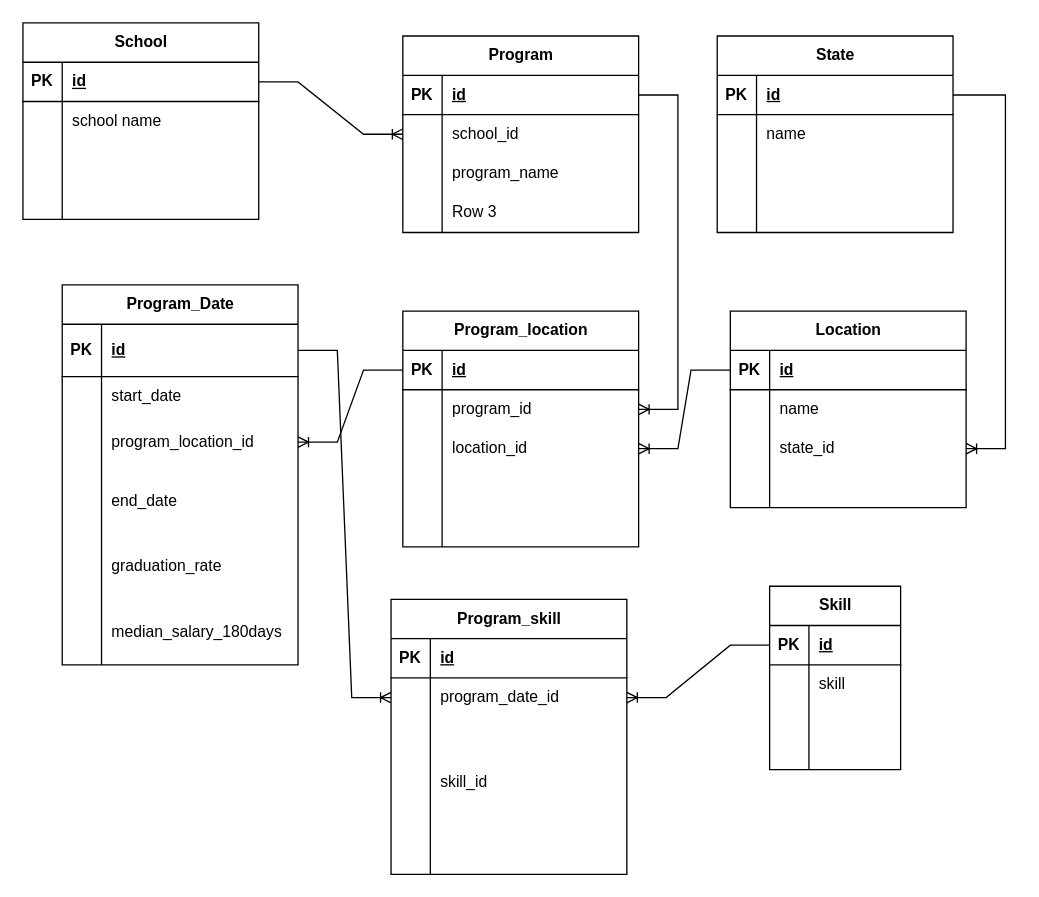
Earlier version of the draw.io diagram database/design/Untitled Diagram.drawio (selena0391/bootcamps_edu). Source tidied: cells renumbered, new cells numbered last; positions are measured from the earlier drawing's top-left corner, leaving out a move shared by most shapes. Both pictures are drawn from the tidied source at 131%, with x=0, y=0 at pixel (22, 22).
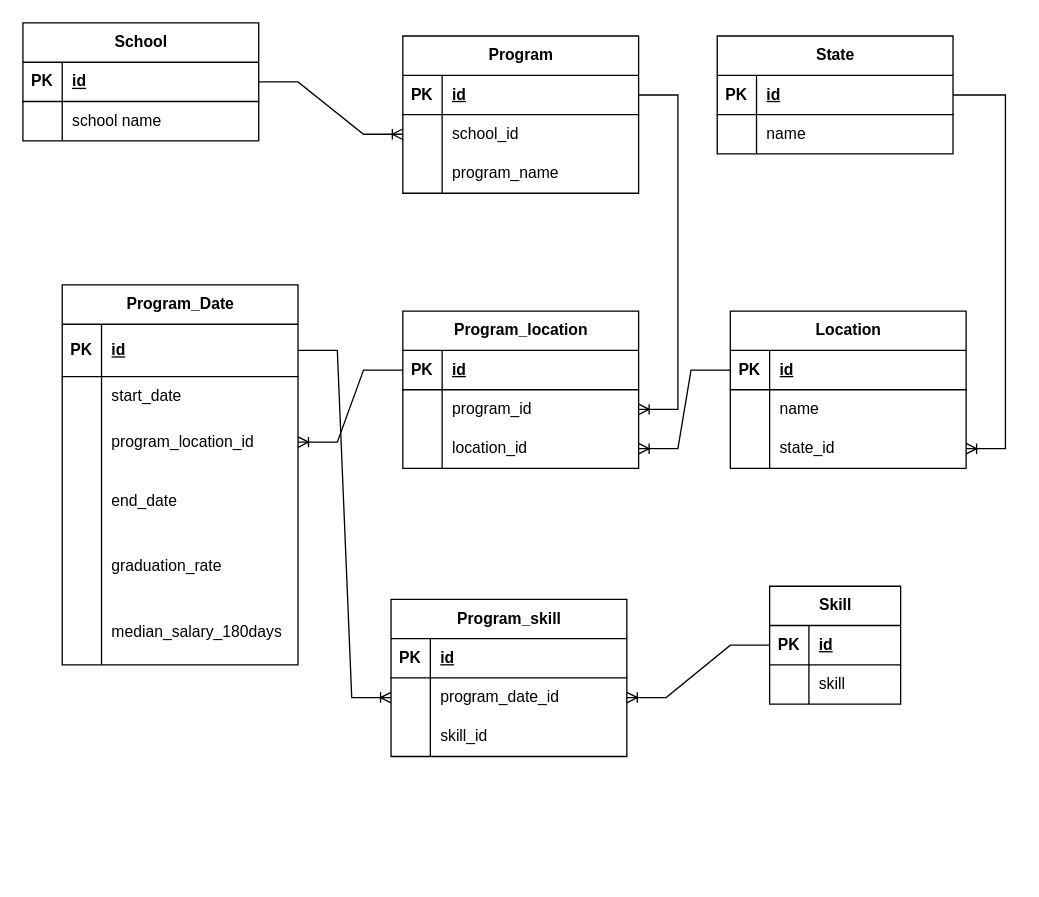
After the change.

Change to the diagram source:
```diff
@@
     <mxCell id="2" value="School" style="shape=table;startSize=30;childLayout=tableLayout;rowLines=0;fontStyle=1;align=center;html=1;" parent="1" vertex="1">
-      <mxGeometry width="180" height="150" as="geometry" />
+      <mxGeometry width="180" height="90" as="geometry" />
     </mxCell>
@@
-    <mxCell id="9" style="shape=tableRow;horizontal=0;startSize=0;swimlaneHead=0;swimlaneBody=0;fillColor=none;top=0;left=0;right=0;bottom=0;" parent="2" vertex="1">
-      <mxGeometry y="90" width="180" height="30" as="geometry" />
-    </mxCell>
-    <mxCell id="10" style="shape=partialRectangle;fillColor=none;top=0;left=0;bottom=0;right=0;overflow=hidden;whiteSpace=wrap;html=1;" parent="9" vertex="1">
-      <mxGeometry width="30" height="30" as="geometry" />
-    </mxCell>
-    <mxCell id="11" style="shape=partialRectangle;fillColor=none;top=0;left=0;bottom=0;right=0;align=left;spacingLeft=6;overflow=hidden;whiteSpace=wrap;html=1;" parent="9" vertex="1">
-      <mxGeometry x="30" width="150" height="30" as="geometry" />
-    </mxCell>
-    <mxCell id="12" style="shape=tableRow;horizontal=0;startSize=0;swimlaneHead=0;swimlaneBody=0;fillColor=none;top=0;left=0;right=0;bottom=0;" parent="2" vertex="1">
-      <mxGeometry y="120" width="180" height="30" as="geometry" />
-    </mxCell>
-    <mxCell id="13" style="shape=partialRectangle;fillColor=none;top=0;left=0;bottom=0;right=0;overflow=hidden;whiteSpace=wrap;html=1;" parent="12" vertex="1">
-      <mxGeometry width="30" height="30" as="geometry" />
-    </mxCell>
-    <mxCell id="14" style="shape=partialRectangle;fillColor=none;top=0;left=0;bottom=0;right=0;align=left;spacingLeft=6;overflow=hidden;whiteSpace=wrap;html=1;" parent="12" vertex="1">
-      <mxGeometry x="30" width="150" height="30" as="geometry" />
-    </mxCell>
     <mxCell id="15" value="Program" style="shape=table;startSize=30;childLayout=tableLayout;rowLines=0;fontStyle=1;align=center;html=1;" parent="1" vertex="1">
-      <mxGeometry x="290" y="10" width="180" height="150" as="geometry" />
+      <mxGeometry x="290" y="10" width="180" height="120" as="geometry" />
     </mxCell>
@@
-    <mxCell id="25" style="shape=tableRow;horizontal=0;startSize=0;swimlaneHead=0;swimlaneBody=0;fillColor=none;top=0;left=0;right=0;bottom=0;" parent="15" vertex="1">
-      <mxGeometry y="120" width="180" height="30" as="geometry" />
-    </mxCell>
-    <mxCell id="26" style="shape=partialRectangle;fillColor=none;top=0;left=0;bottom=0;right=0;overflow=hidden;whiteSpace=wrap;html=1;" parent="25" vertex="1">
-      <mxGeometry width="30" height="30" as="geometry" />
-    </mxCell>
-    <mxCell id="27" value="Row 3" style="shape=partialRectangle;fillColor=none;top=0;left=0;bottom=0;right=0;align=left;spacingLeft=6;overflow=hidden;whiteSpace=wrap;html=1;" parent="25" vertex="1">
-      <mxGeometry x="30" width="150" height="30" as="geometry" />
-    </mxCell>
     <mxCell id="28" value="Location" style="shape=table;startSize=30;childLayout=tableLayout;rowLines=0;fontStyle=1;align=center;html=1;" parent="1" vertex="1">
-      <mxGeometry x="540" y="220" width="180" height="150" as="geometry" />
+      <mxGeometry x="540" y="220" width="180" height="120" as="geometry" />
     </mxCell>
@@
-    <mxCell id="38" style="shape=tableRow;horizontal=0;startSize=0;swimlaneHead=0;swimlaneBody=0;fillColor=none;top=0;left=0;right=0;bottom=0;" parent="28" vertex="1">
-      <mxGeometry y="120" width="180" height="30" as="geometry" />
-    </mxCell>
-    <mxCell id="39" style="shape=partialRectangle;fillColor=none;top=0;left=0;bottom=0;right=0;overflow=hidden;whiteSpace=wrap;html=1;" parent="38" vertex="1">
-      <mxGeometry width="30" height="30" as="geometry" />
-    </mxCell>
-    <mxCell id="40" style="shape=partialRectangle;fillColor=none;top=0;left=0;bottom=0;right=0;align=left;spacingLeft=6;overflow=hidden;whiteSpace=wrap;html=1;" parent="38" vertex="1">
-      <mxGeometry x="30" width="150" height="30" as="geometry" />
-    </mxCell>
     <mxCell id="41" value="State" style="shape=table;startSize=30;childLayout=tableLayout;rowLines=0;fontStyle=1;align=center;html=1;" parent="1" vertex="1">
-      <mxGeometry x="530" y="10" width="180" height="150" as="geometry" />
+      <mxGeometry x="530" y="10" width="180" height="90" as="geometry" />
     </mxCell>
@@
-    <mxCell id="48" style="shape=tableRow;horizontal=0;startSize=0;swimlaneHead=0;swimlaneBody=0;fillColor=none;top=0;left=0;right=0;bottom=0;" parent="41" vertex="1">
-      <mxGeometry y="90" width="180" height="30" as="geometry" />
-    </mxCell>
-    <mxCell id="49" style="shape=partialRectangle;fillColor=none;top=0;left=0;bottom=0;right=0;overflow=hidden;whiteSpace=wrap;html=1;" parent="48" vertex="1">
-      <mxGeometry width="30" height="30" as="geometry" />
-    </mxCell>
-    <mxCell id="50" style="shape=partialRectangle;fillColor=none;top=0;left=0;bottom=0;right=0;align=left;spacingLeft=6;overflow=hidden;whiteSpace=wrap;html=1;" parent="48" vertex="1">
-      <mxGeometry x="30" width="150" height="30" as="geometry" />
-    </mxCell>
-    <mxCell id="51" style="shape=tableRow;horizontal=0;startSize=0;swimlaneHead=0;swimlaneBody=0;fillColor=none;top=0;left=0;right=0;bottom=0;" parent="41" vertex="1">
-      <mxGeometry y="120" width="180" height="30" as="geometry" />
-    </mxCell>
-    <mxCell id="52" style="shape=partialRectangle;fillColor=none;top=0;left=0;bottom=0;right=0;overflow=hidden;whiteSpace=wrap;html=1;" parent="51" vertex="1">
-      <mxGeometry width="30" height="30" as="geometry" />
-    </mxCell>
-    <mxCell id="53" style="shape=partialRectangle;fillColor=none;top=0;left=0;bottom=0;right=0;align=left;spacingLeft=6;overflow=hidden;whiteSpace=wrap;html=1;" parent="51" vertex="1">
-      <mxGeometry x="30" width="150" height="30" as="geometry" />
-    </mxCell>
@@
     <mxCell id="73" value="Skill" style="shape=table;startSize=30;childLayout=tableLayout;rowLines=0;fontStyle=1;align=center;html=1;" parent="1" vertex="1">
-      <mxGeometry x="570" y="430" width="100" height="140" as="geometry" />
+      <mxGeometry x="570" y="430" width="100" height="90" as="geometry" />
     </mxCell>
@@
-    <mxCell id="80" style="shape=tableRow;horizontal=0;startSize=0;swimlaneHead=0;swimlaneBody=0;fillColor=none;top=0;left=0;right=0;bottom=0;" parent="73" vertex="1">
-      <mxGeometry y="90" width="100" height="30" as="geometry" />
-    </mxCell>
-    <mxCell id="81" style="shape=partialRectangle;fillColor=none;top=0;left=0;bottom=0;right=0;overflow=hidden;whiteSpace=wrap;html=1;" parent="80" vertex="1">
-      <mxGeometry width="30" height="30" as="geometry" />
-    </mxCell>
-    <mxCell id="82" style="shape=partialRectangle;fillColor=none;top=0;left=0;bottom=0;right=0;align=left;spacingLeft=6;overflow=hidden;whiteSpace=wrap;html=1;" parent="80" vertex="1">
-      <mxGeometry x="30" width="70" height="30" as="geometry" />
-    </mxCell>
-    <mxCell id="83" style="shape=tableRow;horizontal=0;startSize=0;swimlaneHead=0;swimlaneBody=0;fillColor=none;top=0;left=0;right=0;bottom=0;" parent="73" vertex="1">
-      <mxGeometry y="120" width="100" height="20" as="geometry" />
-    </mxCell>
-    <mxCell id="84" style="shape=partialRectangle;fillColor=none;top=0;left=0;bottom=0;right=0;overflow=hidden;whiteSpace=wrap;html=1;" parent="83" vertex="1">
-      <mxGeometry width="30" height="20" as="geometry" />
-    </mxCell>
-    <mxCell id="85" style="shape=partialRectangle;fillColor=none;top=0;left=0;bottom=0;right=0;align=left;spacingLeft=6;overflow=hidden;whiteSpace=wrap;html=1;" parent="83" vertex="1">
-      <mxGeometry x="30" width="70" height="20" as="geometry" />
-    </mxCell>
     <mxCell id="86" value="Program_skill" style="shape=table;startSize=30;childLayout=tableLayout;rowLines=0;fontStyle=1;align=center;html=1;" parent="1" vertex="1">
-      <mxGeometry x="281" y="440" width="180" height="210" as="geometry" />
+      <mxGeometry x="281" y="440" width="180" height="120" as="geometry" />
     </mxCell>
@@
     <mxCell id="93" style="shape=tableRow;horizontal=0;startSize=0;swimlaneHead=0;swimlaneBody=0;fillColor=none;top=0;left=0;right=0;bottom=0;" parent="86" vertex="1">
-      <mxGeometry y="90" width="180" height="100" as="geometry" />
+      <mxGeometry y="90" width="180" height="30" as="geometry" />
     </mxCell>
     <mxCell id="94" style="shape=partialRectangle;fillColor=none;top=0;left=0;bottom=0;right=0;overflow=hidden;whiteSpace=wrap;html=1;" parent="93" vertex="1">
-      <mxGeometry width="30" height="100" as="geometry" />
+      <mxGeometry width="30" height="30" as="geometry" />
     </mxCell>
     <mxCell id="95" value="skill_id" style="shape=partialRectangle;fillColor=none;top=0;left=0;bottom=0;right=0;align=left;spacingLeft=6;overflow=hidden;whiteSpace=wrap;html=1;" parent="93" vertex="1">
-      <mxGeometry x="30" width="150" height="100" as="geometry" />
+      <mxGeometry x="30" width="150" height="30" as="geometry" />
     </mxCell>
-    <mxCell id="96" style="shape=tableRow;horizontal=0;startSize=0;swimlaneHead=0;swimlaneBody=0;fillColor=none;top=0;left=0;right=0;bottom=0;" parent="86" vertex="1">
-      <mxGeometry y="190" width="180" height="20" as="geometry" />
-    </mxCell>
-    <mxCell id="97" style="shape=partialRectangle;fillColor=none;top=0;left=0;bottom=0;right=0;overflow=hidden;whiteSpace=wrap;html=1;" parent="96" vertex="1">
-      <mxGeometry width="30" height="20" as="geometry" />
-    </mxCell>
-    <mxCell id="98" style="shape=partialRectangle;fillColor=none;top=0;left=0;bottom=0;right=0;align=left;spacingLeft=6;overflow=hidden;whiteSpace=wrap;html=1;" parent="96" vertex="1">
-      <mxGeometry x="30" width="150" height="20" as="geometry" />
-    </mxCell>
@@
     <mxCell id="101" value="Program_location" style="shape=table;startSize=30;childLayout=tableLayout;rowLines=0;fontStyle=1;align=center;html=1;" parent="1" vertex="1">
-      <mxGeometry x="290" y="220" width="180" height="180" as="geometry" />
+      <mxGeometry x="290" y="220" width="180" height="120" as="geometry" />
     </mxCell>
@@
-    <mxCell id="111" style="shape=tableRow;horizontal=0;startSize=0;swimlaneHead=0;swimlaneBody=0;fillColor=none;top=0;left=0;right=0;bottom=0;" parent="101" vertex="1">
-      <mxGeometry y="120" width="180" height="60" as="geometry" />
-    </mxCell>
-    <mxCell id="112" style="shape=partialRectangle;fillColor=none;top=0;left=0;bottom=0;right=0;overflow=hidden;whiteSpace=wrap;html=1;" parent="111" vertex="1">
-      <mxGeometry width="30" height="60" as="geometry" />
-    </mxCell>
-    <mxCell id="113" style="shape=partialRectangle;fillColor=none;top=0;left=0;bottom=0;right=0;align=left;spacingLeft=6;overflow=hidden;whiteSpace=wrap;html=1;" parent="111" vertex="1">
-      <mxGeometry x="30" width="150" height="60" as="geometry" />
-    </mxCell>
```
